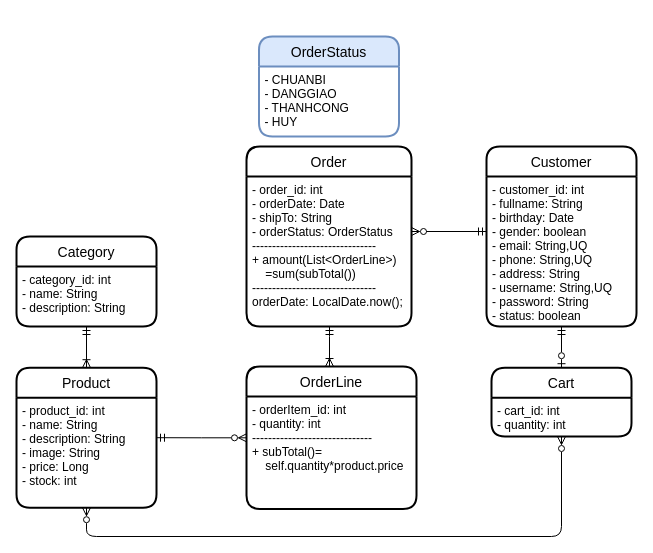
The draw.io diagram page "Web Ecommerce" (1 of 2) of Documentation/DesignPatternClassDiagarm.drawio in ToDuyVuong/SmartHome, before the edit. Source tidied: cells renumbered, new cells numbered last; positions are measured from the earlier drawing's top-left corner, leaving out a move shared by most shapes. Both pictures are drawn from the tidied source at 100%, with x=0, y=0 at pixel (16, 36).
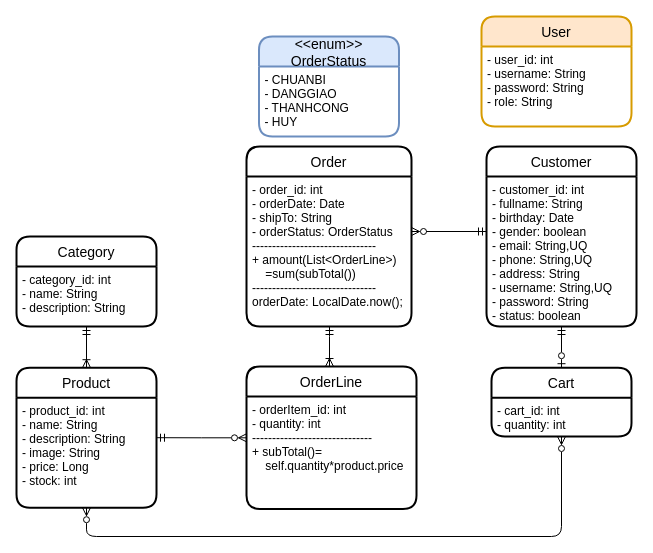
The same diagram, later.

Change to the diagram source:
```diff
@@
-    <mxCell id="20" value="OrderStatus" style="swimlane;horizontal=1;startSize=30;rounded=1;fontSize=14;fontStyle=0;strokeWidth=2;shadow=0;dashed=0;align=center;fillColor=#dae8fc;strokeColor=#6c8ebf;" parent="1" vertex="1">
+    <mxCell id="20" value="&lt;&lt;enum&gt;&gt;&#10;OrderStatus" style="swimlane;horizontal=1;startSize=30;rounded=1;fontSize=14;fontStyle=0;strokeWidth=2;shadow=0;dashed=0;align=center;fillColor=#dae8fc;strokeColor=#6c8ebf;" parent="1" vertex="1">
       <mxGeometry x="242.5" width="140" height="100" as="geometry" />
     </mxCell>
@@
+    <mxCell id="22" value="User" style="swimlane;horizontal=1;startSize=30;rounded=1;fontSize=14;fontStyle=0;strokeWidth=2;shadow=0;dashed=0;align=center;fillColor=#ffe6cc;strokeColor=#d79b00;" parent="1" vertex="1">
+      <mxGeometry x="465" y="-20" width="150" height="110" as="geometry" />
+    </mxCell>
+    <mxCell id="23" value="- user_id: int&#10;- username: String&#10;- password: String&#10;- role: String" style="align=left;strokeColor=none;fillColor=none;spacingLeft=4;fontSize=12;verticalAlign=top;" parent="22" vertex="1">
+      <mxGeometry y="30" width="150" height="80" as="geometry" />
+    </mxCell>
```
